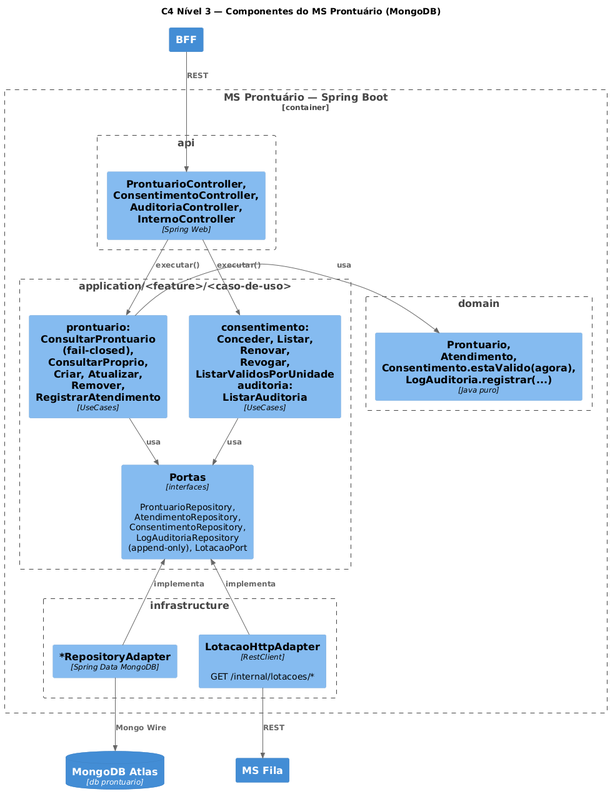
Before: docs/diagramas/c4-n3-ms-prontuario.png, a diagram exported from PlantUML (fergrenteski/open-prontuario-platform).
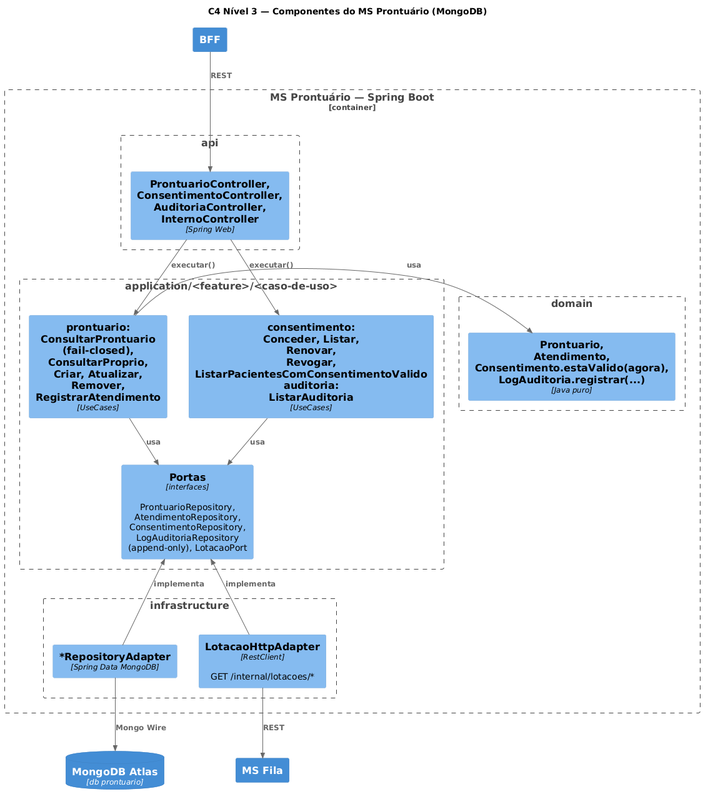
After the commit.

Commit message:
docs(diagramas): usa os nomes reais dos casos de uso nos C4 nível 3

Diff of the diagram source:
```diff
@@ -10,7 +10,7 @@
   }
   Boundary(app, "application/<feature>/<caso-de-uso>") {
     Component(ucp, "prontuario: ConsultarProntuario (fail-closed),\nConsultarProprio, Criar, Atualizar, Remover,\nRegistrarAtendimento", "UseCases")
-    Component(ucc, "consentimento: Conceder, Listar, Renovar,\nRevogar, ListarValidosPorUnidade\nauditoria: ListarAuditoria", "UseCases")
+    Component(ucc, "consentimento: Conceder, Listar, Renovar,\nRevogar,\nListarPacientesComConsentimentoValido\nauditoria: ListarAuditoria", "UseCases")
     Component(portas, "Portas", "interfaces", "ProntuarioRepository, AtendimentoRepository,\nConsentimentoRepository, LogAuditoriaRepository\n(append-only), LotacaoPort")
   }
   Boundary(dom, "domain") {
```
